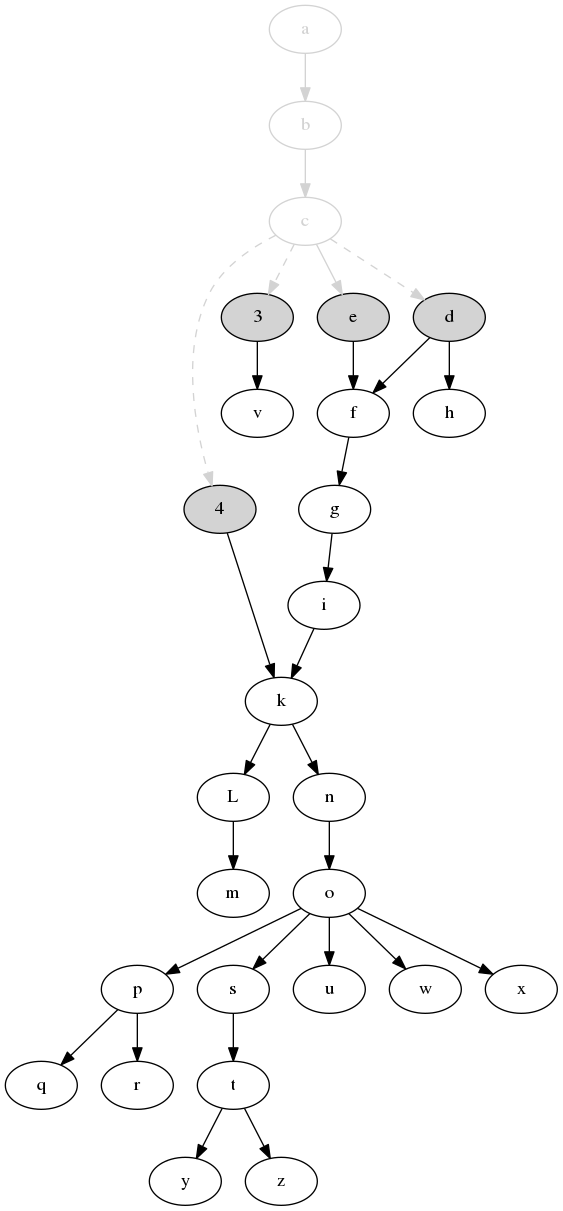
Above: svm-startup-deps.png in jdmpapin/svm-startup-deps (Graphviz), before the change. Its source is kept beside it as svm-startup-deps.dot.
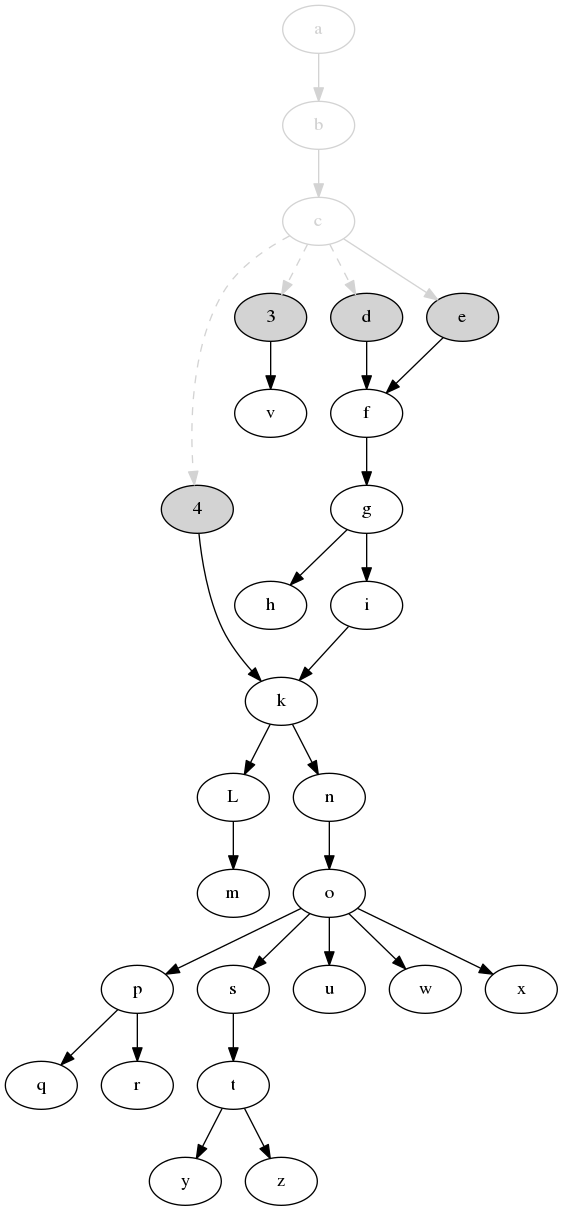
After the commit.

Commit message:
h needs g, not just d

The edit, as a diff of the source:
```diff
@@ -38,7 +38,7 @@
     d -> f;
     e -> f;
     f -> g;
-    d -> h;
+    g -> h;
     g -> i;
     i -> k;
     k -> L;
```
